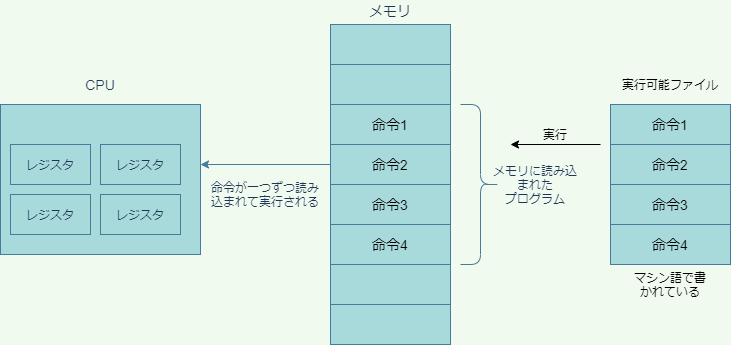
The draw.io diagram programming2021/img/register.drawio.png in kut-econ/kut-econ.github.io, before a commit. Source tidied: cells renumbered, new cells last; positions are measured from the earlier drawing's top-left corner, leaving out a move shared by most shapes.
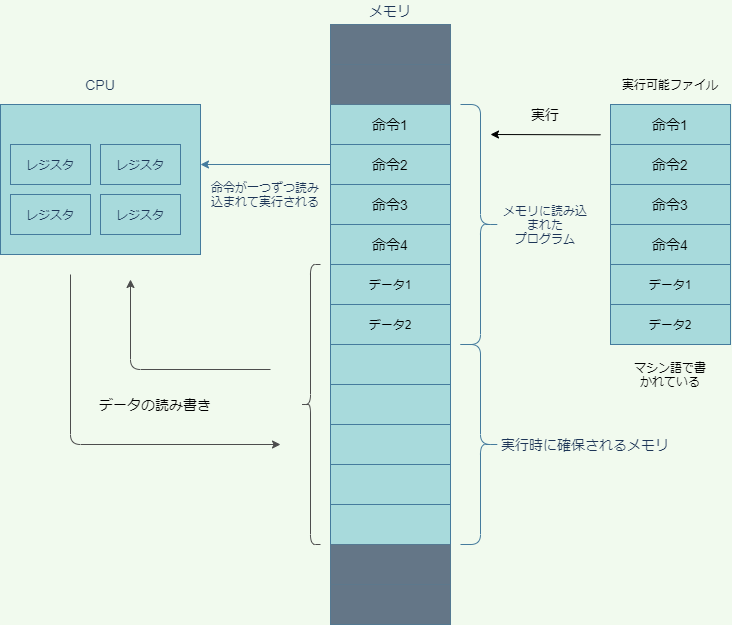
The same diagram one commit later.

The edit, as a diff of the source:
```diff
@@ -18,18 +18,18 @@
       <mxGeometry x="100" y="194" width="80" height="40" as="geometry" />
     </mxCell>
     <mxCell id="7" style="shape=table;html=1;whiteSpace=wrap;startSize=0;rounded=0;sketch=0;strokeColor=#457B9D;fillColor=#A8DADC;fontColor=#1D3557;" parent="1" vertex="1">
-      <mxGeometry x="330" y="24" width="120" height="320" as="geometry" />
+      <mxGeometry x="330" y="24" width="120" height="600" as="geometry" />
     </mxCell>
     <mxCell id="8" style="shape=partialRectangle;html=1;whiteSpace=wrap;fillColor=none;top=0;left=0;bottom=0;right=0;" parent="7" vertex="1">
       <mxGeometry width="120" height="40" as="geometry" />
     </mxCell>
-    <mxCell id="9" style="shape=partialRectangle;html=1;whiteSpace=wrap;fillColor=none;top=0;left=0;bottom=0;right=0;overflow=hidden;" parent="8" vertex="1">
+    <mxCell id="9" style="shape=partialRectangle;html=1;whiteSpace=wrap;fillColor=#647687;top=0;left=0;bottom=0;right=0;overflow=hidden;strokeColor=#314354;fontColor=#ffffff;" parent="8" vertex="1">
       <mxGeometry width="120" height="40" as="geometry" />
     </mxCell>
     <mxCell id="10" style="shape=partialRectangle;html=1;whiteSpace=wrap;fillColor=none;top=0;left=0;bottom=0;right=0;" parent="7" vertex="1">
       <mxGeometry y="40" width="120" height="40" as="geometry" />
     </mxCell>
-    <mxCell id="11" style="shape=partialRectangle;html=1;whiteSpace=wrap;fillColor=none;top=0;left=0;bottom=0;right=0;overflow=hidden;" parent="10" vertex="1">
+    <mxCell id="11" style="shape=partialRectangle;html=1;whiteSpace=wrap;fillColor=#647687;top=0;left=0;bottom=0;right=0;overflow=hidden;strokeColor=#314354;fontColor=#ffffff;" parent="10" vertex="1">
       <mxGeometry width="120" height="40" as="geometry" />
     </mxCell>
     <mxCell id="12" style="shape=partialRectangle;html=1;whiteSpace=wrap;fillColor=none;top=0;left=0;bottom=0;right=0;" parent="7" vertex="1">
@@ -59,23 +59,65 @@
     <mxCell id="20" style="shape=partialRectangle;html=1;whiteSpace=wrap;fillColor=none;top=0;left=0;bottom=0;right=0;" parent="7" vertex="1">
       <mxGeometry y="240" width="120" height="40" as="geometry" />
     </mxCell>
-    <mxCell id="21" style="shape=partialRectangle;html=1;whiteSpace=wrap;fillColor=none;top=0;left=0;bottom=0;right=0;overflow=hidden;" parent="20" vertex="1">
+    <mxCell id="21" value="&lt;font color=&quot;#000000&quot;&gt;データ1&lt;/font&gt;" style="shape=partialRectangle;html=1;whiteSpace=wrap;fillColor=none;top=0;left=0;bottom=0;right=0;overflow=hidden;" parent="20" vertex="1">
       <mxGeometry width="120" height="40" as="geometry" />
     </mxCell>
     <mxCell id="22" style="shape=partialRectangle;html=1;whiteSpace=wrap;fillColor=none;top=0;left=0;bottom=0;right=0;" parent="7" vertex="1">
       <mxGeometry y="280" width="120" height="40" as="geometry" />
     </mxCell>
-    <mxCell id="23" style="shape=partialRectangle;html=1;whiteSpace=wrap;fillColor=none;top=0;left=0;bottom=0;right=0;overflow=hidden;" parent="22" vertex="1">
+    <mxCell id="23" value="&lt;font color=&quot;#000000&quot;&gt;データ2&lt;/font&gt;" style="shape=partialRectangle;html=1;whiteSpace=wrap;fillColor=none;top=0;left=0;bottom=0;right=0;overflow=hidden;" parent="22" vertex="1">
       <mxGeometry width="120" height="40" as="geometry" />
     </mxCell>
+    <mxCell id="43" style="shape=partialRectangle;html=1;whiteSpace=wrap;fillColor=none;top=0;left=0;bottom=0;right=0;" parent="7" vertex="1">
+      <mxGeometry y="320" width="120" height="40" as="geometry" />
+    </mxCell>
+    <mxCell id="44" style="shape=partialRectangle;html=1;whiteSpace=wrap;fillColor=none;top=0;left=0;bottom=0;right=0;overflow=hidden;" parent="43" vertex="1">
+      <mxGeometry width="120" height="40" as="geometry" />
+    </mxCell>
+    <mxCell id="45" style="shape=partialRectangle;html=1;whiteSpace=wrap;fillColor=none;top=0;left=0;bottom=0;right=0;" parent="7" vertex="1">
+      <mxGeometry y="360" width="120" height="40" as="geometry" />
+    </mxCell>
+    <mxCell id="46" style="shape=partialRectangle;html=1;whiteSpace=wrap;fillColor=none;top=0;left=0;bottom=0;right=0;overflow=hidden;" parent="45" vertex="1">
+      <mxGeometry width="120" height="40" as="geometry" />
+    </mxCell>
+    <mxCell id="47" style="shape=partialRectangle;html=1;whiteSpace=wrap;fillColor=none;top=0;left=0;bottom=0;right=0;" parent="7" vertex="1">
+      <mxGeometry y="400" width="120" height="40" as="geometry" />
+    </mxCell>
+    <mxCell id="48" style="shape=partialRectangle;html=1;whiteSpace=wrap;fillColor=none;top=0;left=0;bottom=0;right=0;overflow=hidden;" parent="47" vertex="1">
+      <mxGeometry width="120" height="40" as="geometry" />
+    </mxCell>
+    <mxCell id="49" style="shape=partialRectangle;html=1;whiteSpace=wrap;fillColor=none;top=0;left=0;bottom=0;right=0;" parent="7" vertex="1">
+      <mxGeometry y="440" width="120" height="40" as="geometry" />
+    </mxCell>
+    <mxCell id="50" style="shape=partialRectangle;html=1;whiteSpace=wrap;fillColor=none;top=0;left=0;bottom=0;right=0;overflow=hidden;" parent="49" vertex="1">
+      <mxGeometry width="120" height="40" as="geometry" />
+    </mxCell>
+    <mxCell id="51" style="shape=partialRectangle;html=1;whiteSpace=wrap;fillColor=none;top=0;left=0;bottom=0;right=0;" parent="7" vertex="1">
+      <mxGeometry y="480" width="120" height="40" as="geometry" />
+    </mxCell>
+    <mxCell id="52" style="shape=partialRectangle;html=1;whiteSpace=wrap;fillColor=none;top=0;left=0;bottom=0;right=0;overflow=hidden;" parent="51" vertex="1">
+      <mxGeometry width="120" height="40" as="geometry" />
+    </mxCell>
+    <mxCell id="53" style="shape=partialRectangle;html=1;whiteSpace=wrap;fillColor=none;top=0;left=0;bottom=0;right=0;" parent="7" vertex="1">
+      <mxGeometry y="520" width="120" height="40" as="geometry" />
+    </mxCell>
+    <mxCell id="54" style="shape=partialRectangle;html=1;whiteSpace=wrap;fillColor=#647687;top=0;left=0;bottom=0;right=0;overflow=hidden;strokeColor=#314354;fontColor=#ffffff;" parent="53" vertex="1">
+      <mxGeometry width="120" height="40" as="geometry" />
+    </mxCell>
+    <mxCell id="55" style="shape=partialRectangle;html=1;whiteSpace=wrap;fillColor=none;top=0;left=0;bottom=0;right=0;" parent="7" vertex="1">
+      <mxGeometry y="560" width="120" height="40" as="geometry" />
+    </mxCell>
+    <mxCell id="56" style="shape=partialRectangle;html=1;whiteSpace=wrap;fillColor=#647687;top=0;left=0;bottom=0;right=0;overflow=hidden;strokeColor=#314354;fontColor=#ffffff;" parent="55" vertex="1">
+      <mxGeometry width="120" height="40" as="geometry" />
+    </mxCell>
     <mxCell id="24" value="&lt;font style=&quot;font-size: 14px&quot;&gt;メモリ&lt;/font&gt;" style="text;html=1;strokeColor=none;fillColor=none;align=center;verticalAlign=middle;whiteSpace=wrap;rounded=0;sketch=0;fontColor=#1D3557;" parent="1" vertex="1">
       <mxGeometry x="360" width="60" height="20" as="geometry" />
     </mxCell>
     <mxCell id="25" style="shape=curlyBracket;whiteSpace=wrap;html=1;rounded=1;sketch=0;strokeColor=#457B9D;fillColor=#A8DADC;fontColor=#1D3557;flipH=1;" parent="1" vertex="1">
-      <mxGeometry x="460" y="104" width="40" height="160" as="geometry" />
+      <mxGeometry x="460" y="104" width="40" height="240" as="geometry" />
     </mxCell>
     <mxCell id="26" value="メモリに読み込まれた&lt;br&gt;プログラム" style="text;html=1;strokeColor=none;fillColor=none;align=center;verticalAlign=middle;whiteSpace=wrap;rounded=0;sketch=0;fontColor=#1D3557;" parent="1" vertex="1">
-      <mxGeometry x="490" y="174" width="90" height="20" as="geometry" />
+      <mxGeometry x="500" y="214" width="90" height="20" as="geometry" />
     </mxCell>
     <mxCell id="27" style="endArrow=classic;html=1;strokeColor=#457B9D;fillColor=#A8DADC;fontColor=#1D3557;exitX=0;exitY=0.5;exitDx=0;exitDy=0;" parent="1" edge="1" source="14">
       <mxGeometry relative="1" as="geometry">
@@ -89,7 +131,7 @@
       <mxGeometry x="80" y="74" width="40" height="20" as="geometry" />
     </mxCell>
     <mxCell id="30" style="shape=table;html=1;whiteSpace=wrap;startSize=0;rounded=0;sketch=0;strokeColor=#457B9D;fillColor=#A8DADC;fontColor=#1D3557;" parent="1" vertex="1">
-      <mxGeometry x="610" y="104" width="120" height="160" as="geometry" />
+      <mxGeometry x="610" y="104" width="120" height="240" as="geometry" />
     </mxCell>
     <mxCell id="31" style="shape=partialRectangle;html=1;whiteSpace=wrap;fillColor=none;top=0;left=0;bottom=0;right=0;" parent="30" vertex="1">
       <mxGeometry width="120" height="40" as="geometry" />
@@ -115,20 +157,60 @@
     <mxCell id="38" value="&lt;font color=&quot;#000000&quot; style=&quot;font-size: 14px&quot;&gt;命令4&lt;/font&gt;" style="shape=partialRectangle;html=1;whiteSpace=wrap;fillColor=none;top=0;left=0;bottom=0;right=0;overflow=hidden;" parent="37" vertex="1">
       <mxGeometry width="120" height="40" as="geometry" />
     </mxCell>
+    <mxCell id="57" style="shape=partialRectangle;html=1;whiteSpace=wrap;fillColor=none;top=0;left=0;bottom=0;right=0;" parent="30" vertex="1">
+      <mxGeometry y="160" width="120" height="40" as="geometry" />
+    </mxCell>
+    <mxCell id="58" value="&lt;font color=&quot;#000000&quot;&gt;データ1&lt;/font&gt;" style="shape=partialRectangle;html=1;whiteSpace=wrap;fillColor=none;top=0;left=0;bottom=0;right=0;overflow=hidden;" parent="57" vertex="1">
+      <mxGeometry width="120" height="40" as="geometry" />
+    </mxCell>
+    <mxCell id="59" style="shape=partialRectangle;html=1;whiteSpace=wrap;fillColor=none;top=0;left=0;bottom=0;right=0;" parent="30" vertex="1">
+      <mxGeometry y="200" width="120" height="40" as="geometry" />
+    </mxCell>
+    <mxCell id="60" value="&lt;font color=&quot;#000000&quot;&gt;データ2&lt;/font&gt;" style="shape=partialRectangle;html=1;whiteSpace=wrap;fillColor=none;top=0;left=0;bottom=0;right=0;overflow=hidden;" parent="59" vertex="1">
+      <mxGeometry width="120" height="40" as="geometry" />
+    </mxCell>
     <mxCell id="39" value="&lt;font color=&quot;#000000&quot;&gt;実行可能ファイル&lt;/font&gt;" style="text;html=1;strokeColor=none;fillColor=none;align=center;verticalAlign=middle;whiteSpace=wrap;rounded=0;" parent="1" vertex="1">
       <mxGeometry x="620" y="74" width="100" height="20" as="geometry" />
     </mxCell>
     <mxCell id="40" value="&lt;font color=&quot;#000000&quot;&gt;マシン語で書かれている&lt;/font&gt;" style="text;html=1;strokeColor=none;fillColor=none;align=center;verticalAlign=middle;whiteSpace=wrap;rounded=0;" parent="1" vertex="1">
-      <mxGeometry x="630" y="274" width="80" height="20" as="geometry" />
+      <mxGeometry x="630" y="364" width="80" height="20" as="geometry" />
     </mxCell>
-    <mxCell id="41" style="endArrow=classic;html=1;strokeColor=#000000;" parent="1" edge="1">
-      <mxGeometry relative="1" as="geometry">
-        <mxPoint x="600" y="144" as="sourcePoint" />
-        <mxPoint x="510" y="144" as="targetPoint" />
-      </mxGeometry>
-    </mxCell>
-    <mxCell id="42" value="&lt;font color=&quot;#000000&quot;&gt;実行&lt;/font&gt;" style="text;html=1;strokeColor=none;fillColor=none;align=center;verticalAlign=middle;whiteSpace=wrap;rounded=0;" parent="1" vertex="1">
-      <mxGeometry x="530" y="124" width="50" height="20" as="geometry" />
+    <mxCell id="42" value="&lt;font color=&quot;#000000&quot; style=&quot;font-size: 14px&quot;&gt;実行&lt;/font&gt;" style="text;html=1;strokeColor=none;fillColor=none;align=center;verticalAlign=middle;whiteSpace=wrap;rounded=0;" parent="1" vertex="1">
+      <mxGeometry x="520" y="104" width="50" height="20" as="geometry" />
     </mxCell>
+    <mxCell id="61" style="shape=curlyBracket;whiteSpace=wrap;html=1;rounded=1;sketch=0;strokeColor=#457B9D;fillColor=#A8DADC;fontColor=#1D3557;flipH=1;" parent="1" vertex="1">
+      <mxGeometry x="460" y="344" width="40" height="200" as="geometry" />
+    </mxCell>
+    <mxCell id="62" value="&lt;font style=&quot;font-size: 14px&quot;&gt;実行時に確保されるメモリ&lt;/font&gt;" style="text;html=1;strokeColor=none;fillColor=none;align=center;verticalAlign=middle;whiteSpace=wrap;rounded=0;sketch=0;fontColor=#1D3557;" parent="1" vertex="1">
+      <mxGeometry x="490" y="434" width="190" height="20" as="geometry" />
+    </mxCell>
+    <mxCell id="63" style="shape=curlyBracket;whiteSpace=wrap;html=1;rounded=1;fillColor=#4D4D4D;strokeColor=#4D4D4D;" parent="1" vertex="1">
+      <mxGeometry x="300" y="264" width="20" height="280" as="geometry" />
+    </mxCell>
+    <mxCell id="64" style="edgeStyle=segmentEdgeStyle;endArrow=classic;html=1;strokeColor=#4D4D4D;" parent="1" edge="1">
+      <mxGeometry relative="1" as="geometry">
+        <mxPoint x="270" y="369" as="sourcePoint" />
+        <mxPoint x="130" y="279" as="targetPoint" />
+      </mxGeometry>
+    </mxCell>
+    <mxCell id="65" style="edgeStyle=segmentEdgeStyle;endArrow=classic;html=1;strokeColor=#4D4D4D;" parent="1" edge="1">
+      <mxGeometry relative="1" as="geometry">
+        <mxPoint x="70" y="274" as="sourcePoint" />
+        <mxPoint x="280" y="444" as="targetPoint" />
+        <Array as="points">
+          <mxPoint x="70" y="274" />
+          <mxPoint x="70" y="444" />
+        </Array>
+      </mxGeometry>
+    </mxCell>
+    <mxCell id="66" value="&lt;font color=&quot;#000000&quot; style=&quot;font-size: 14px&quot;&gt;データの読み書き&lt;/font&gt;" style="text;html=1;strokeColor=none;fillColor=none;align=center;verticalAlign=middle;whiteSpace=wrap;rounded=0;" parent="1" vertex="1">
+      <mxGeometry x="90" y="394" width="130" height="20" as="geometry" />
+    </mxCell>
+    <mxCell id="67" style="endArrow=classic;html=1;strokeColor=#000000;" parent="1" edge="1">
+      <mxGeometry relative="1" as="geometry">
+        <mxPoint x="600" y="134.3" as="sourcePoint" />
+        <mxPoint x="490" y="134" as="targetPoint" />
+      </mxGeometry>
+    </mxCell>
   </root>
 </mxGraphModel>
```
